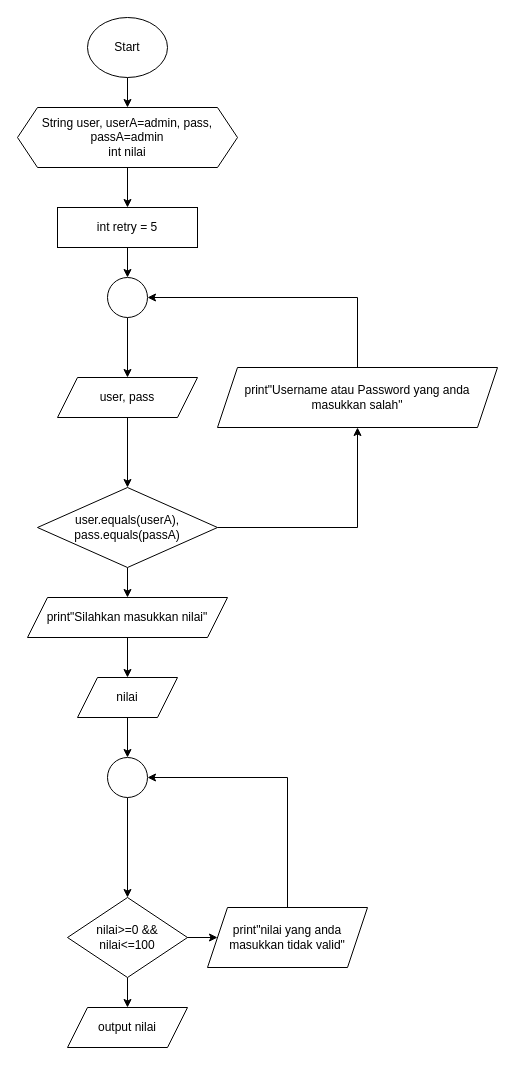
VozSoldat/Kuliah-Yes keeps this draw.io diagram as perulangan 1.drawio. Above is the earlier version. Source tidied: cells renumbered, new cells numbered last; positions are measured from the earlier drawing's top-left corner, leaving out a move shared by most shapes. Both pictures are drawn from the tidied source at 100%, with x=0, y=0 at pixel (17, 17).
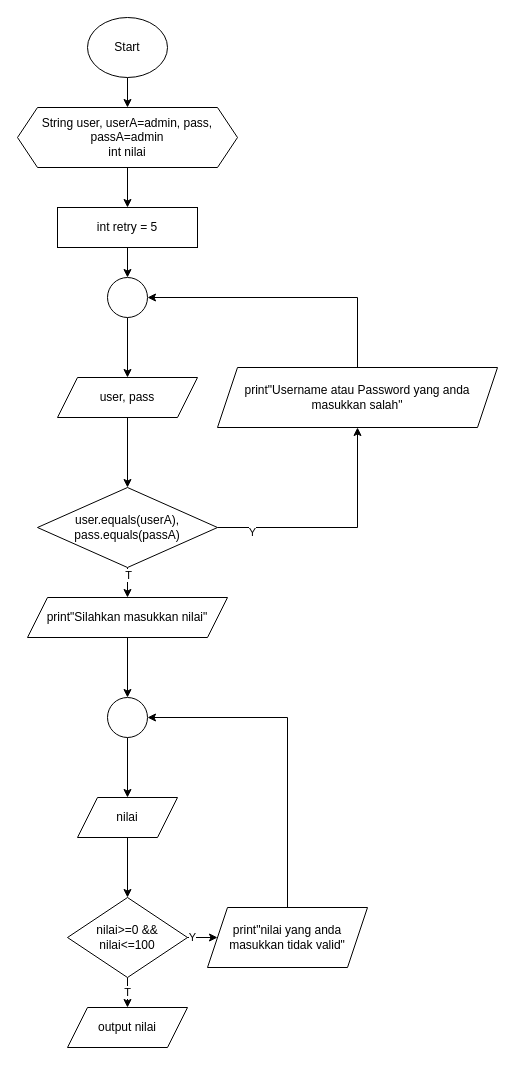
After the change.

The change refers to these unchanged cells:
```xml
<mxCell id="7" style="edgeStyle=orthogonalEdgeStyle;rounded=0;jettySize=auto;html=1;exitX=1;exitY=0.5;exitDx=0;exitDy=0;" parent="1" edge="1" source="9" target="16">
  <mxGeometry relative="1" as="geometry" />
</mxCell>
<mxCell id="8" style="edgeStyle=orthogonalEdgeStyle;rounded=0;jettySize=auto;html=1;" parent="1" edge="1" source="9" target="18">
  <mxGeometry relative="1" as="geometry" />
</mxCell>
<mxCell id="18" value="print&quot;Silahkan masukkan nilai&quot;" style="shape=parallelogram;perimeter=parallelogramPerimeter;whiteSpace=wrap;html=1;fixedSize=1;" parent="1" vertex="1">
  <mxGeometry x="10" y="580" width="200" height="40" as="geometry" />
</mxCell>
<mxCell id="23" value="nilai&amp;gt;=0 &amp;amp;&amp;amp; nilai&amp;lt;=100" style="rhombus;whiteSpace=wrap;html=1;" parent="1" vertex="1">
  <mxGeometry x="50" y="880" width="120" height="80" as="geometry" />
</mxCell>
<mxCell id="27" value="print&quot;nilai yang anda masukkan tidak valid&quot;" style="shape=parallelogram;perimeter=parallelogramPerimeter;whiteSpace=wrap;html=1;fixedSize=1;" parent="1" vertex="1">
  <mxGeometry x="190" y="890" width="160" height="60" as="geometry" />
</mxCell>
<mxCell id="28" value="output nilai" style="shape=parallelogram;perimeter=parallelogramPerimeter;whiteSpace=wrap;html=1;fixedSize=1;" parent="1" vertex="1">
  <mxGeometry x="50" y="990" width="120" height="40" as="geometry" />
</mxCell>
```

What changed in the source:
```diff
@@
+    <mxCell id="29" value="Y" style="edgeLabel;html=1;align=center;verticalAlign=middle;" parent="7" vertex="1">
+      <mxGeometry x="-0.72" y="-4" relative="1" as="geometry" />
+    </mxCell>
@@
+    <mxCell id="30" value="T" style="edgeLabel;html=1;align=center;verticalAlign=middle;" parent="8" vertex="1">
+      <mxGeometry x="-0.74" relative="1" as="geometry" />
+    </mxCell>
@@
-    <mxCell id="17" style="edgeStyle=orthogonalEdgeStyle;rounded=0;jettySize=auto;html=1;" parent="1" edge="1" source="18" target="20">
+    <mxCell id="17" style="edgeStyle=orthogonalEdgeStyle;rounded=0;jettySize=auto;html=1;entryX=0.5;entryY=0;entryDx=0;entryDy=0;" parent="1" edge="1" source="18" target="25">
       <mxGeometry relative="1" as="geometry" />
     </mxCell>
@@
-    <mxCell id="19" style="edgeStyle=orthogonalEdgeStyle;rounded=0;jettySize=auto;html=1;" parent="1" edge="1" source="25" target="23">
+    <mxCell id="19" style="edgeStyle=orthogonalEdgeStyle;rounded=0;jettySize=auto;html=1;entryX=0.5;entryY=0;entryDx=0;entryDy=0;" parent="1" edge="1" source="25" target="20">
       <mxGeometry relative="1" as="geometry" />
     </mxCell>
-    <mxCell id="20" value="nilai" style="shape=parallelogram;perimeter=parallelogramPerimeter;whiteSpace=wrap;html=1;fixedSize=1;" parent="1" vertex="1">
-      <mxGeometry x="60" y="660" width="100" height="40" as="geometry" />
-    </mxCell>
-    <mxCell id="21" style="edgeStyle=orthogonalEdgeStyle;rounded=0;jettySize=auto;html=1;" parent="1" edge="1" source="23" target="27">
+    <mxCell id="21" value="Y" style="edgeStyle=orthogonalEdgeStyle;rounded=0;jettySize=auto;html=1;" parent="1" edge="1" source="23" target="27">
       <mxGeometry relative="1" as="geometry" />
     </mxCell>
-    <mxCell id="22" style="edgeStyle=orthogonalEdgeStyle;rounded=0;jettySize=auto;html=1;" parent="1" edge="1" source="23" target="28">
+    <mxCell id="22" value="T" style="edgeStyle=orthogonalEdgeStyle;rounded=0;jettySize=auto;html=1;" parent="1" edge="1" source="23" target="28">
       <mxGeometry relative="1" as="geometry" />
     </mxCell>
@@
-    <mxCell id="24" style="edgeStyle=orthogonalEdgeStyle;rounded=0;jettySize=auto;html=1;" parent="1" edge="1" source="20" target="25">
-      <mxGeometry relative="1" as="geometry" />
-    </mxCell>
     <mxCell id="25" style="ellipse;whiteSpace=wrap;html=1;" parent="1" vertex="1">
-      <mxGeometry x="90" y="740" width="40" height="40" as="geometry" />
+      <mxGeometry x="90" y="680" width="40" height="40" as="geometry" />
     </mxCell>
     <mxCell id="26" style="edgeStyle=orthogonalEdgeStyle;rounded=0;jettySize=auto;html=1;" parent="1" edge="1" source="27" target="25">
       <mxGeometry relative="1" as="geometry">
         <Array as="points">
-          <mxPoint x="270" y="760" />
+          <mxPoint x="270" y="700" />
         </Array>
       </mxGeometry>
     </mxCell>
@@
+    <mxCell id="31" style="edgeStyle=orthogonalEdgeStyle;rounded=0;jettySize=auto;html=1;entryX=0.5;entryY=0;entryDx=0;entryDy=0;" parent="1" edge="1" source="20" target="23">
+      <mxGeometry relative="1" as="geometry" />
+    </mxCell>
+    <mxCell id="20" value="nilai" style="shape=parallelogram;perimeter=parallelogramPerimeter;whiteSpace=wrap;html=1;fixedSize=1;" parent="1" vertex="1">
+      <mxGeometry x="60" y="780" width="100" height="40" as="geometry" />
+    </mxCell>
```
